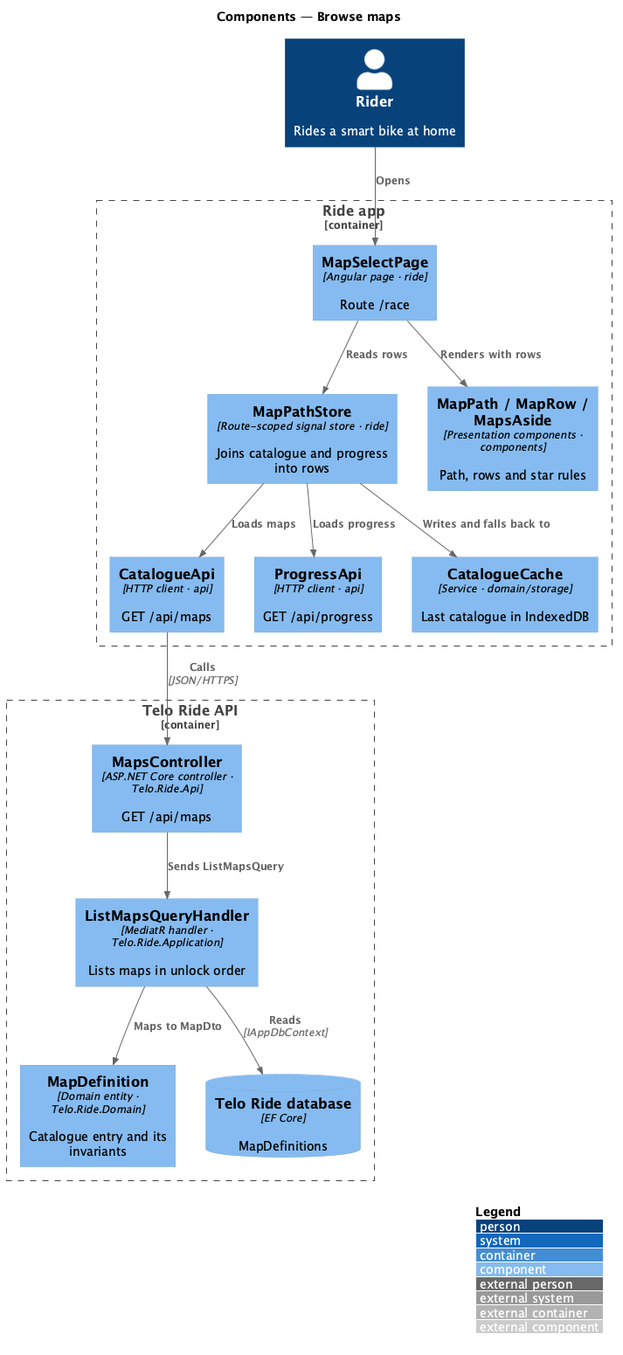
This is docs/detailed-designs/race/browse-maps/diagrams/c4-component.png from QuinntyneBrown/ride-one, a PlantUML export, as it was before one commit.
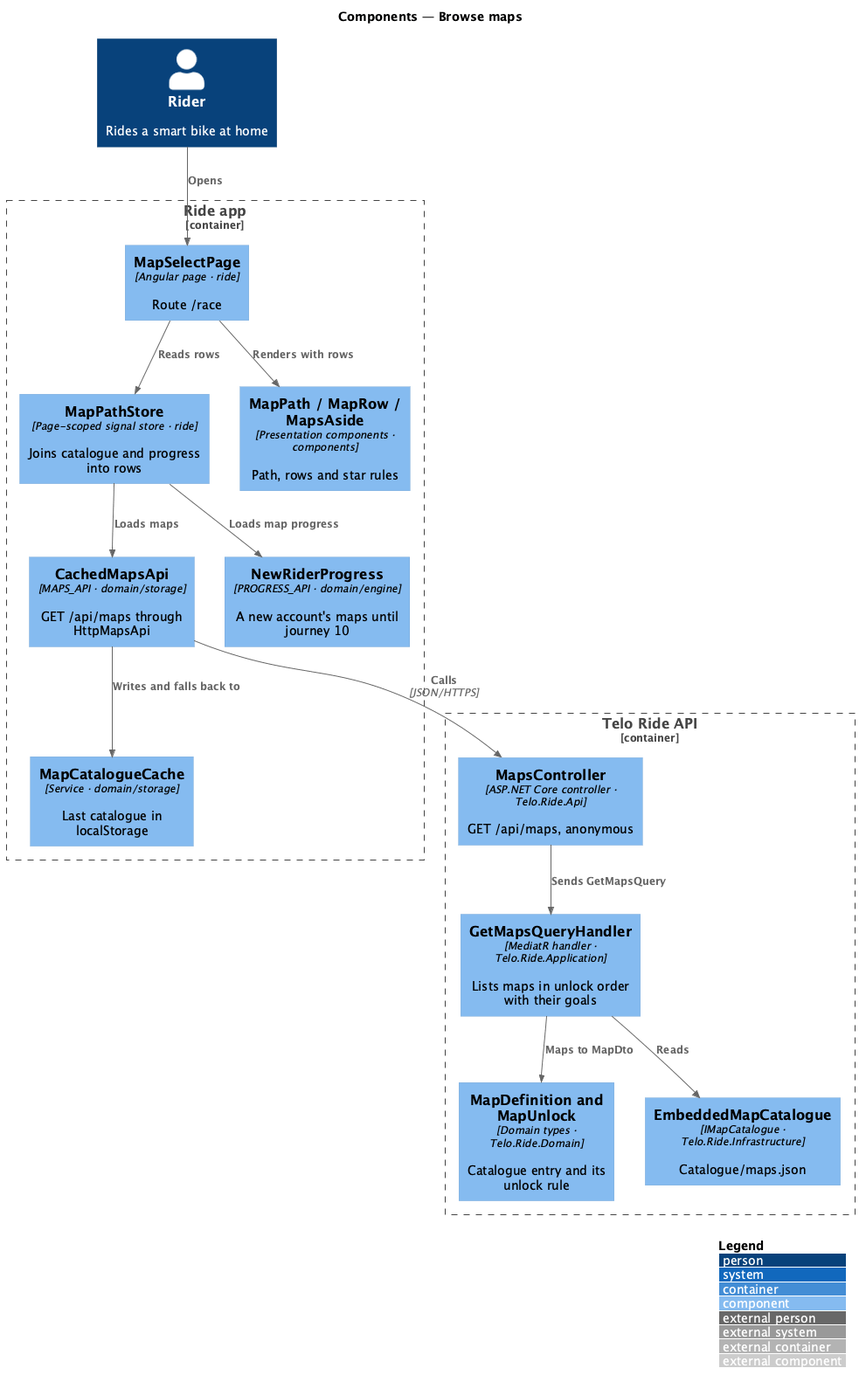
Above is the later version.

The edit, as a diff of the source:
```diff
@@ -5,26 +5,26 @@
 Person(rider, "Rider", "Rides a smart bike at home")
 Container_Boundary(app, "Ride app") {
   Component(page, "MapSelectPage", "Angular page · ride", "Route /race")
-  Component(store, "MapPathStore", "Route-scoped signal store · ride", "Joins catalogue and progress into rows")
+  Component(store, "MapPathStore", "Page-scoped signal store · ride", "Joins catalogue and progress into rows")
   Component(path, "MapPath / MapRow / MapsAside", "Presentation components · components", "Path, rows and star rules")
-  Component(catapi, "CatalogueApi", "HTTP client · api", "GET /api/maps")
-  Component(progapi, "ProgressApi", "HTTP client · api", "GET /api/progress")
-  Component(cache, "CatalogueCache", "Service · domain/storage", "Last catalogue in IndexedDB")
+  Component(mapsapi, "CachedMapsApi", "MAPS_API · domain/storage", "GET /api/maps through HttpMapsApi")
+  Component(cache, "MapCatalogueCache", "Service · domain/storage", "Last catalogue in localStorage")
+  Component(progress, "NewRiderProgress", "PROGRESS_API · domain/engine", "A new account's maps until journey 10")
 }
 Container_Boundary(api, "Telo Ride API") {
-  Component(ctrl, "MapsController", "ASP.NET Core controller · Telo.Ride.Api", "GET /api/maps")
-  Component(handler, "ListMapsQueryHandler", "MediatR handler · Telo.Ride.Application", "Lists maps in unlock order")
-  Component(entity, "MapDefinition", "Domain entity · Telo.Ride.Domain", "Catalogue entry and its invariants")
-  ComponentDb(db, "Telo Ride database", "EF Core", "MapDefinitions")
+  Component(ctrl, "MapsController", "ASP.NET Core controller · Telo.Ride.Api", "GET /api/maps, anonymous")
+  Component(handler, "GetMapsQueryHandler", "MediatR handler · Telo.Ride.Application", "Lists maps in unlock order with their goals")
+  Component(entity, "MapDefinition and MapUnlock", "Domain types · Telo.Ride.Domain", "Catalogue entry and its unlock rule")
+  Component(file, "EmbeddedMapCatalogue", "IMapCatalogue · Telo.Ride.Infrastructure", "Catalogue/maps.json")
 }
 Rel(rider, page, "Opens")
 Rel(page, store, "Reads rows")
 Rel(page, path, "Renders with rows")
-Rel(store, catapi, "Loads maps")
-Rel(store, progapi, "Loads progress")
-Rel(store, cache, "Writes and falls back to")
-Rel(catapi, ctrl, "Calls", "JSON/HTTPS")
-Rel(ctrl, handler, "Sends ListMapsQuery")
+Rel(store, mapsapi, "Loads maps")
+Rel(store, progress, "Loads map progress")
+Rel(mapsapi, cache, "Writes and falls back to")
+Rel(mapsapi, ctrl, "Calls", "JSON/HTTPS")
+Rel(ctrl, handler, "Sends GetMapsQuery")
 Rel(handler, entity, "Maps to MapDto")
-Rel(handler, db, "Reads", "IAppDbContext")
+Rel(handler, file, "Reads")
 @enduml
```
